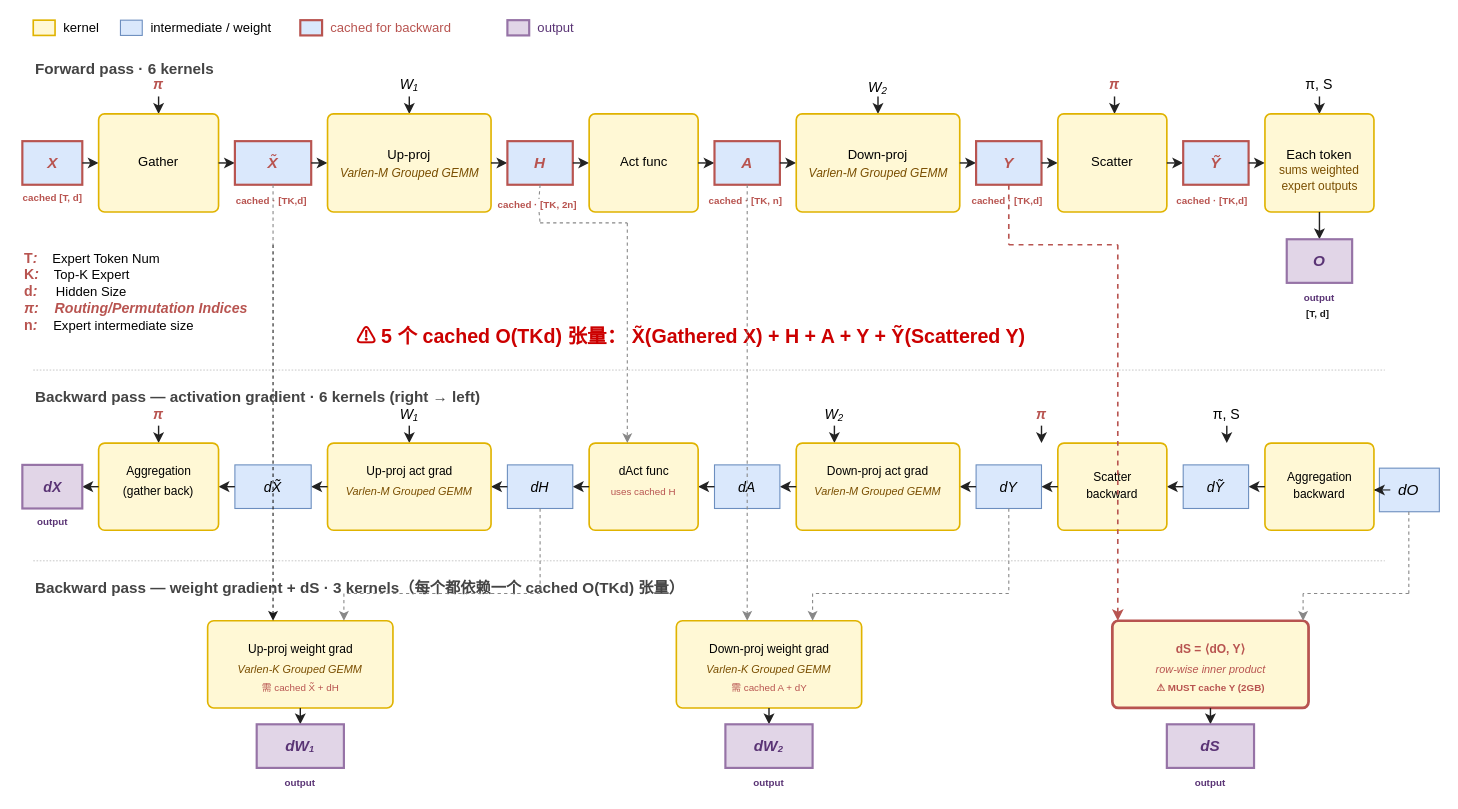
This is static/drawio/2026-04-27-sonicmoe-blackwell-深度解读-fine-grained-moe-kernel-的算法-软件-硬件三层堆叠/figures/F1.drawio from cassiewilliam/blog, a draw.io file, before an edit. Source tidied: cells renumbered, new cells numbered last; positions are measured from the earlier drawing's top-left corner, leaving out a move shared by most shapes. Both pictures are drawn from the tidied source at 109%, with x=0, y=0 at pixel (17, 19).
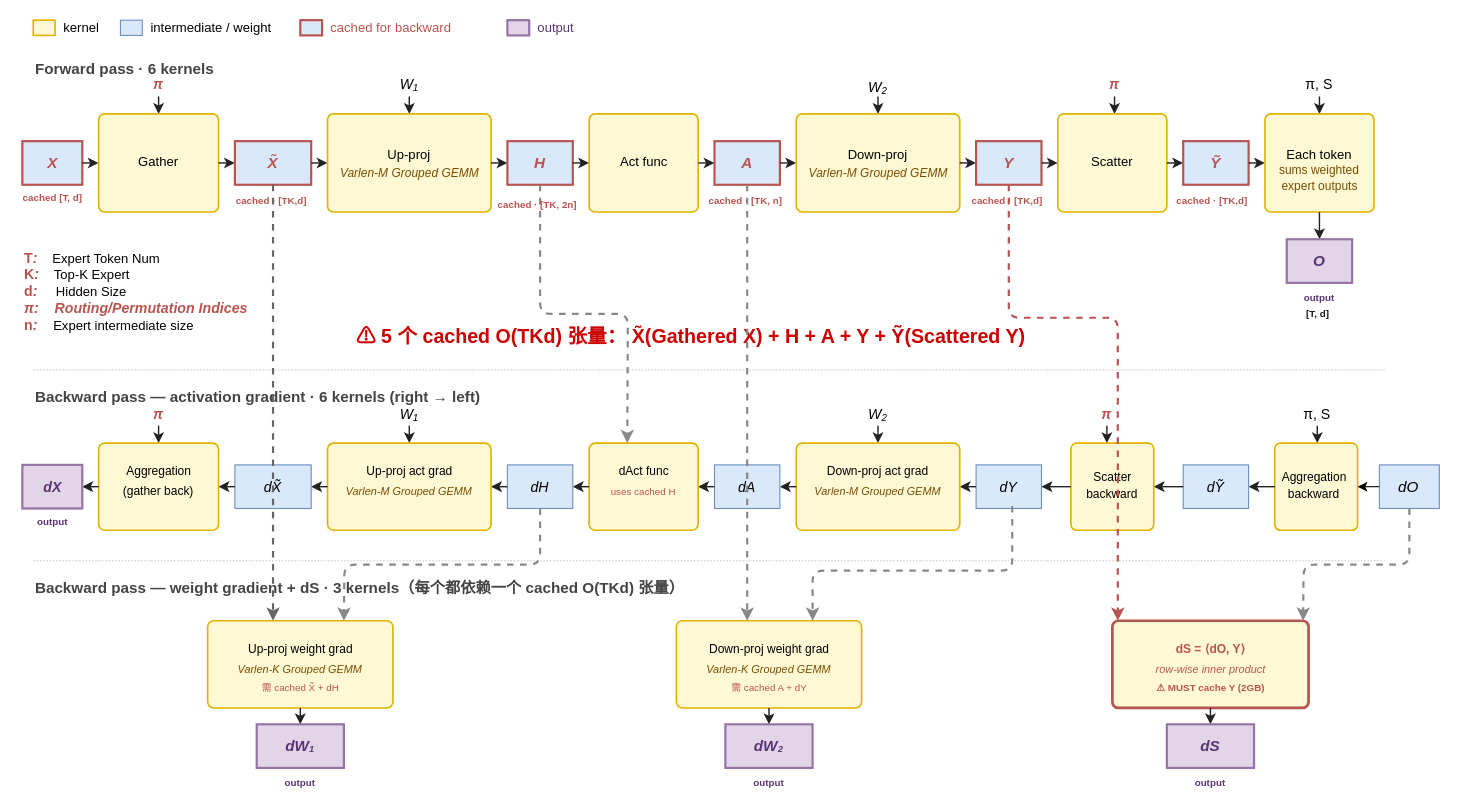
After the change.

Commit message (it also covers changes not shown here):
edit /drawio/2026-04-27-sonicmoe-blackwell-深度解读-fine-grained-moe-kernel-的算法-软件-硬件三层堆叠/figures/F1.drawio via drawio embed

The change refers to these unchanged cells:
```xml
<mxCell id="28" style="rounded=0;fillColor=#dae8fc;strokeColor=#b85450;strokeWidth=2;html=1;" parent="1" vertex="1">
  <mxGeometry x="199" y="112" width="70" height="40" as="geometry" />
</mxCell>
<mxCell id="36" style="rounded=0;fillColor=#dae8fc;strokeColor=#b85450;strokeWidth=2;html=1;" parent="1" vertex="1">
  <mxGeometry x="449" y="112" width="60" height="40" as="geometry" />
</mxCell>
<mxCell id="42" style="rounded=0;fillColor=#dae8fc;strokeColor=#b85450;strokeWidth=2;html=1;" parent="1" vertex="1">
  <mxGeometry x="639" y="112" width="60" height="40" as="geometry" />
</mxCell>
<mxCell id="51" style="rounded=0;fillColor=#dae8fc;strokeColor=#b85450;strokeWidth=2;html=1;" parent="1" vertex="1">
  <mxGeometry x="879" y="112" width="60" height="40" as="geometry" />
</mxCell>
<mxCell id="102" style="rounded=0;fillColor=#dae8fc;strokeColor=#6c8ebf;strokeWidth=1;html=1;" parent="1" vertex="1">
  <mxGeometry x="879" y="409" width="60" height="40" as="geometry" />
</mxCell>
<mxCell id="119" style="rounded=0;fillColor=#dae8fc;strokeColor=#6c8ebf;strokeWidth=1;html=1;" parent="1" vertex="1">
  <mxGeometry x="449" y="409" width="60" height="40" as="geometry" />
</mxCell>
<mxCell id="180" value="cached · [TK, 2n]&amp;nbsp;" style="text;html=1;align=center;verticalAlign=middle;whiteSpace=wrap;fontSize=9;fontColor=#b85450;fontStyle=1;" parent="1" vertex="1">
  <mxGeometry x="424.5" y="165" width="106" height="12" as="geometry" />
</mxCell>
```

Change to the diagram source:
```diff
@@
     <mxCell id="73" value="W₂" style="text;html=1;align=center;verticalAlign=middle;whiteSpace=wrap;fontSize=13;fontColor=#000000;fontStyle=2;" parent="1" vertex="1">
-      <mxGeometry x="729" y="353" width="40" height="18" as="geometry" />
+      <mxGeometry x="769" y="353" width="40" height="18" as="geometry" />
     </mxCell>
     <mxCell id="74" style="endArrow=classic;strokeColor=#222;strokeWidth=1.3;html=1;" parent="1" edge="1">
       <mxGeometry relative="1" as="geometry">
-        <mxPoint x="749" y="373" as="sourcePoint" />
-        <mxPoint x="749" y="389" as="targetPoint" />
+        <mxPoint x="789" y="373" as="sourcePoint" />
+        <mxPoint x="789" y="389" as="targetPoint" />
       </mxGeometry>
     </mxCell>
@@
     <mxCell id="77" value="π, S" style="text;html=1;align=center;verticalAlign=middle;whiteSpace=wrap;fontSize=13;fontColor=#000000;" parent="1" vertex="1">
-      <mxGeometry x="1089" y="353" width="40" height="18" as="geometry" />
+      <mxGeometry x="1172" y="353" width="40" height="18" as="geometry" />
     </mxCell>
     <mxCell id="78" style="endArrow=classic;strokeColor=#222;strokeWidth=1.3;html=1;" parent="1" edge="1">
       <mxGeometry relative="1" as="geometry">
-        <mxPoint x="1109" y="373" as="sourcePoint" />
-        <mxPoint x="1109" y="389" as="targetPoint" />
+        <mxPoint x="1192" y="373" as="sourcePoint" />
+        <mxPoint x="1192" y="389" as="targetPoint" />
       </mxGeometry>
     </mxCell>
     <mxCell id="79" value="π" style="text;html=1;align=center;verticalAlign=middle;whiteSpace=wrap;fontSize=13;fontColor=#b85450;fontStyle=3;" parent="1" vertex="1">
-      <mxGeometry x="919" y="353" width="40" height="18" as="geometry" />
+      <mxGeometry x="979" y="353" width="40" height="18" as="geometry" />
     </mxCell>
     <mxCell id="80" style="endArrow=classic;strokeColor=#222;strokeWidth=1.3;html=1;" parent="1" edge="1">
       <mxGeometry relative="1" as="geometry">
-        <mxPoint x="939" y="373" as="sourcePoint" />
-        <mxPoint x="939" y="389" as="targetPoint" />
+        <mxPoint x="999" y="373" as="sourcePoint" />
+        <mxPoint x="999" y="389" as="targetPoint" />
       </mxGeometry>
     </mxCell>
@@
     <mxCell id="83" style="rounded=0;fillColor=#dae8fc;strokeColor=#6c8ebf;strokeWidth=1;html=1;" parent="1" vertex="1">
-      <mxGeometry x="1249" y="412" width="55" height="40" as="geometry" />
+      <mxGeometry x="1249" y="409" width="55" height="40" as="geometry" />
     </mxCell>
     <mxCell id="84" value="dO" style="text;html=1;align=center;verticalAlign=middle;whiteSpace=wrap;fontSize=14;fontColor=#000000;fontStyle=2;" parent="1" vertex="1">
-      <mxGeometry x="1256" y="422.2" width="40" height="19" as="geometry" />
+      <mxGeometry x="1256" y="419.2" width="40" height="19" as="geometry" />
     </mxCell>
     <mxCell id="85" style="endArrow=none;strokeColor=none;strokeWidth=1;html=1;" parent="1" edge="1">
       <mxGeometry relative="1" as="geometry">
-        <mxPoint x="1249" y="432" as="sourcePoint" />
-        <mxPoint x="1244" y="432" as="targetPoint" />
+        <mxPoint x="1249" y="429" as="sourcePoint" />
+        <mxPoint x="1244" y="429" as="targetPoint" />
       </mxGeometry>
     </mxCell>
-    <mxCell id="86" style="endArrow=none;strokeColor=#222;strokeWidth=1.3;html=1;" parent="1" edge="1">
-      <mxGeometry relative="1" as="geometry">
-        <mxPoint x="1249" y="432" as="sourcePoint" />
-        <mxPoint x="1244" y="432" as="targetPoint" />
-      </mxGeometry>
-    </mxCell>
-    <mxCell id="87" style="endArrow=none;strokeColor=#222;strokeWidth=1;html=1;" parent="1" edge="1">
-      <mxGeometry relative="1" as="geometry">
-        <mxPoint x="1249" y="432" as="sourcePoint" />
-        <mxPoint x="1244" y="432" as="targetPoint" />
-      </mxGeometry>
-    </mxCell>
-    <mxCell id="88" style="endArrow=none;strokeColor=#222;strokeWidth=1;html=1;" parent="1" edge="1">
-      <mxGeometry relative="1" as="geometry">
-        <mxPoint x="1244" y="432" as="sourcePoint" />
-        <mxPoint x="1259" y="432" as="targetPoint" />
-      </mxGeometry>
-    </mxCell>
     <mxCell id="89" style="endArrow=none;strokeColor=#000000;strokeWidth=1;html=1;" parent="1" edge="1">
       <mxGeometry relative="1" as="geometry">
-        <mxPoint x="1244" y="432" as="sourcePoint" />
-        <mxPoint x="1244" y="432" as="targetPoint" />
+        <mxPoint x="1239" y="429" as="sourcePoint" />
+        <mxPoint x="1239" y="429" as="targetPoint" />
       </mxGeometry>
     </mxCell>
-    <mxCell id="90" style="endArrow=classic;strokeColor=#222;strokeWidth=1.3;html=1;" parent="1" edge="1">
-      <mxGeometry relative="1" as="geometry">
-        <mxPoint x="1249" y="432" as="sourcePoint" />
-        <mxPoint x="1244" y="432" as="targetPoint" />
-      </mxGeometry>
-    </mxCell>
     <mxCell id="91" style="rounded=1;arcSize=7;fillColor=#fff8d5;strokeColor=#e0b300;strokeWidth=1.5;html=1;" parent="1" vertex="1">
-      <mxGeometry x="1144" y="389" width="100" height="80" as="geometry" />
+      <mxGeometry x="1153" y="389" width="76" height="80" as="geometry" />
     </mxCell>
     <mxCell id="92" value="Aggregation" style="text;html=1;align=center;verticalAlign=middle;whiteSpace=wrap;fontSize=11;fontColor=#000000;" parent="1" vertex="1">
-      <mxGeometry x="1156.5" y="412.3" width="75" height="15" as="geometry" />
+      <mxGeometry x="1151.5" y="412.3" width="75" height="15" as="geometry" />
     </mxCell>
     <mxCell id="93" value="backward" style="text;html=1;align=center;verticalAlign=middle;whiteSpace=wrap;fontSize=11;fontColor=#000000;" parent="1" vertex="1">
-      <mxGeometry x="1167" y="428.3" width="54" height="15" as="geometry" />
+      <mxGeometry x="1162" y="428.3" width="54" height="15" as="geometry" />
     </mxCell>
-    <mxCell id="94" style="endArrow=classic;strokeColor=#222;strokeWidth=1.3;html=1;" parent="1" edge="1">
+    <mxCell id="94" style="endArrow=classic;strokeColor=#222;strokeWidth=1.3;html=1;exitX=0;exitY=0.5;exitDx=0;exitDy=0;" parent="1" edge="1" source="91">
       <mxGeometry relative="1" as="geometry">
-        <mxPoint x="1144" y="429" as="sourcePoint" />
         <mxPoint x="1129" y="429" as="targetPoint" />
       </mxGeometry>
     </mxCell>
@@
-    <mxCell id="97" style="endArrow=classic;strokeColor=#222;strokeWidth=1.3;html=1;" parent="1" edge="1">
+    <mxCell id="97" style="endArrow=classic;strokeColor=#222;strokeWidth=1.3;html=1;entryX=1;entryY=0.5;entryDx=0;entryDy=0;" parent="1" edge="1" target="98">
       <mxGeometry relative="1" as="geometry">
         <mxPoint x="1069" y="429" as="sourcePoint" />
-        <mxPoint x="1054" y="429" as="targetPoint" />
       </mxGeometry>
     </mxCell>
     <mxCell id="98" style="rounded=1;arcSize=7;fillColor=#fff8d5;strokeColor=#e0b300;strokeWidth=1.5;html=1;" parent="1" vertex="1">
-      <mxGeometry x="954" y="389" width="100" height="80" as="geometry" />
+      <mxGeometry x="966" y="389" width="76" height="80" as="geometry" />
     </mxCell>
@@
-    <mxCell id="101" style="endArrow=classic;strokeColor=#222;strokeWidth=1.3;html=1;" parent="1" edge="1">
+    <mxCell id="101" style="endArrow=classic;strokeColor=#222;strokeWidth=1.3;html=1;" parent="1" edge="1" source="98">
       <mxGeometry relative="1" as="geometry">
-        <mxPoint x="954" y="429" as="sourcePoint" />
         <mxPoint x="939" y="429" as="targetPoint" />
       </mxGeometry>
     </mxCell>
@@
-    <mxCell id="116" style="endArrow=none;strokeColor=#888;strokeWidth=1;dashed=1;html=1;" parent="1" edge="1" source="180">
-      <mxGeometry relative="1" as="geometry">
-        <mxPoint x="479" y="187" as="targetPoint" />
-      </mxGeometry>
-    </mxCell>
-    <mxCell id="117" style="endArrow=none;strokeColor=#888;strokeWidth=1;dashed=1;html=1;" parent="1" edge="1">
-      <mxGeometry relative="1" as="geometry">
-        <mxPoint x="479" y="187" as="sourcePoint" />
-        <mxPoint x="559" y="187" as="targetPoint" />
-      </mxGeometry>
-    </mxCell>
-    <mxCell id="118" style="endArrow=classic;strokeColor=#888;strokeWidth=1;dashed=1;html=1;" parent="1" edge="1">
+    <mxCell id="118" style="endArrow=classic;strokeColor=#888;strokeWidth=2;dashed=1;html=1;exitX=0.5;exitY=1;exitDx=0;exitDy=0;edgeStyle=orthogonalEdgeStyle;" parent="1" edge="1" source="36">
       <mxGeometry relative="1" as="geometry">
-        <mxPoint x="559" y="187" as="sourcePoint" />
         <mxPoint x="559" y="389" as="targetPoint" />
       </mxGeometry>
     </mxCell>
@@
-    <mxCell id="143" style="endArrow=none;strokeColor=#888;strokeWidth=1;dashed=1;html=1;" parent="1" edge="1">
-      <mxGeometry relative="1" as="geometry">
-        <mxPoint x="479" y="449" as="sourcePoint" />
-        <mxPoint x="479" y="527" as="targetPoint" />
-      </mxGeometry>
-    </mxCell>
-    <mxCell id="144" style="endArrow=none;strokeColor=#888;strokeWidth=1;dashed=1;html=1;" parent="1" edge="1">
-      <mxGeometry relative="1" as="geometry">
-        <mxPoint x="479" y="527" as="sourcePoint" />
-        <mxPoint x="299" y="527" as="targetPoint" />
-      </mxGeometry>
-    </mxCell>
-    <mxCell id="145" style="endArrow=classic;strokeColor=#888;strokeWidth=1;dashed=1;html=1;" parent="1" edge="1">
+    <mxCell id="145" style="endArrow=classic;strokeColor=#888;strokeWidth=2;dashed=1;html=1;exitX=0.5;exitY=1;exitDx=0;exitDy=0;edgeStyle=orthogonalEdgeStyle;" parent="1" edge="1" source="119">
       <mxGeometry relative="1" as="geometry">
-        <mxPoint x="299" y="527" as="sourcePoint" />
         <mxPoint x="299" y="552" as="targetPoint" />
       </mxGeometry>
     </mxCell>
-    <mxCell id="146" style="endArrow=none;strokeColor=#888;strokeWidth=1;dashed=1;html=1;" parent="1" edge="1">
-      <mxGeometry relative="1" as="geometry">
-        <mxPoint x="234" y="152" as="sourcePoint" />
-        <mxPoint x="234" y="207" as="targetPoint" />
-      </mxGeometry>
-    </mxCell>
-    <mxCell id="147" style="endArrow=classic;strokeColor=#1A1A1A;strokeWidth=1;dashed=1;html=1;" parent="1" edge="1">
+    <mxCell id="147" style="endArrow=classic;strokeColor=#666666;strokeWidth=2;dashed=1;html=1;exitX=0.5;exitY=1;exitDx=0;exitDy=0;" parent="1" edge="1" source="28">
       <mxGeometry relative="1" as="geometry">
-        <mxPoint x="234" y="207" as="sourcePoint" />
         <mxPoint x="234" y="552" as="targetPoint" />
       </mxGeometry>
     </mxCell>
@@
-    <mxCell id="156" style="endArrow=none;strokeColor=#888;strokeWidth=1;dashed=1;html=1;" parent="1" edge="1">
-      <mxGeometry relative="1" as="geometry">
-        <mxPoint x="909" y="449" as="sourcePoint" />
-        <mxPoint x="909" y="527" as="targetPoint" />
-      </mxGeometry>
-    </mxCell>
-    <mxCell id="157" style="endArrow=none;strokeColor=#888;strokeWidth=1;dashed=1;html=1;" parent="1" edge="1">
-      <mxGeometry relative="1" as="geometry">
-        <mxPoint x="909" y="527" as="sourcePoint" />
-        <mxPoint x="729" y="527" as="targetPoint" />
-      </mxGeometry>
-    </mxCell>
-    <mxCell id="158" style="endArrow=classic;strokeColor=#888;strokeWidth=1;dashed=1;html=1;" parent="1" edge="1">
+    <mxCell id="158" style="endArrow=classic;strokeColor=#888;strokeWidth=2;dashed=1;html=1;exitX=0.553;exitY=0.941;exitDx=0;exitDy=0;exitPerimeter=0;edgeStyle=orthogonalEdgeStyle;" parent="1" edge="1" source="102">
       <mxGeometry relative="1" as="geometry">
-        <mxPoint x="729" y="527" as="sourcePoint" />
         <mxPoint x="729" y="552" as="targetPoint" />
+        <Array as="points">
+          <mxPoint x="912" y="506" />
+          <mxPoint x="729" y="506" />
+        </Array>
       </mxGeometry>
     </mxCell>
-    <mxCell id="159" style="endArrow=none;strokeColor=#888;strokeWidth=1;dashed=1;html=1;" parent="1" edge="1">
-      <mxGeometry relative="1" as="geometry">
-        <mxPoint x="669" y="152" as="sourcePoint" />
-        <mxPoint x="669" y="207" as="targetPoint" />
-      </mxGeometry>
-    </mxCell>
-    <mxCell id="160" style="endArrow=classic;strokeColor=#888;strokeWidth=1;dashed=1;html=1;" parent="1" edge="1">
+    <mxCell id="160" style="endArrow=classic;strokeColor=#888;strokeWidth=2;dashed=1;html=1;edgeStyle=orthogonalEdgeStyle;exitX=0.5;exitY=1;exitDx=0;exitDy=0;" parent="1" edge="1" source="42">
       <mxGeometry relative="1" as="geometry">
-        <mxPoint x="669" y="207" as="sourcePoint" />
         <mxPoint x="669" y="552" as="targetPoint" />
       </mxGeometry>
     </mxCell>
@@
-    <mxCell id="169" style="endArrow=none;strokeColor=#b85450;strokeWidth=1.5;dashed=1;html=1;" parent="1" edge="1">
-      <mxGeometry relative="1" as="geometry">
-        <mxPoint x="909" y="152" as="sourcePoint" />
-        <mxPoint x="909" y="207" as="targetPoint" />
-      </mxGeometry>
-    </mxCell>
-    <mxCell id="170" style="endArrow=none;strokeColor=#b85450;strokeWidth=1.5;dashed=1;html=1;" parent="1" edge="1">
-      <mxGeometry relative="1" as="geometry">
-        <mxPoint x="909" y="207" as="sourcePoint" />
-        <mxPoint x="1009" y="207" as="targetPoint" />
-      </mxGeometry>
-    </mxCell>
-    <mxCell id="171" style="endArrow=classic;strokeColor=#b85450;strokeWidth=1.5;dashed=1;html=1;" parent="1" edge="1">
+    <mxCell id="171" style="endArrow=classic;strokeColor=#b85450;strokeWidth=2;dashed=1;html=1;exitX=0.5;exitY=1;exitDx=0;exitDy=0;edgeStyle=orthogonalEdgeStyle;" parent="1" edge="1" source="51">
       <mxGeometry relative="1" as="geometry">
-        <mxPoint x="1009" y="207" as="sourcePoint" />
         <mxPoint x="1009" y="552" as="targetPoint" />
+        <Array as="points">
+          <mxPoint x="909" y="274" />
+          <mxPoint x="1009" y="274" />
+        </Array>
       </mxGeometry>
     </mxCell>
-    <mxCell id="172" style="endArrow=none;strokeColor=#888;strokeWidth=1;dashed=1;html=1;" parent="1" edge="1">
-      <mxGeometry relative="1" as="geometry">
-        <mxPoint x="1276" y="452" as="sourcePoint" />
-        <mxPoint x="1276" y="527" as="targetPoint" />
-      </mxGeometry>
-    </mxCell>
-    <mxCell id="173" style="endArrow=none;strokeColor=#888;strokeWidth=1;dashed=1;html=1;" parent="1" edge="1">
-      <mxGeometry relative="1" as="geometry">
-        <mxPoint x="1276" y="527" as="sourcePoint" />
-        <mxPoint x="1179" y="527" as="targetPoint" />
-      </mxGeometry>
-    </mxCell>
-    <mxCell id="174" style="endArrow=classic;strokeColor=#888;strokeWidth=1;dashed=1;html=1;" parent="1" edge="1">
+    <mxCell id="174" style="endArrow=classic;strokeColor=#888;strokeWidth=2;dashed=1;html=1;exitX=0.5;exitY=1;exitDx=0;exitDy=0;edgeStyle=orthogonalEdgeStyle;" parent="1" edge="1" source="83">
       <mxGeometry relative="1" as="geometry">
-        <mxPoint x="1179" y="527" as="sourcePoint" />
         <mxPoint x="1179" y="552" as="targetPoint" />
       </mxGeometry>
     </mxCell>
@@
-    <mxCell id="179" style="endArrow=none;strokeColor=#888;strokeWidth=1;dashed=1;html=1;" parent="1" edge="1" target="180">
-      <mxGeometry relative="1" as="geometry">
-        <mxPoint x="479" y="152" as="sourcePoint" />
-      </mxGeometry>
-    </mxCell>
@@
+    <mxCell id="182" style="edgeStyle=orthogonalEdgeStyle;rounded=0;jettySize=auto;html=1;entryX=1.003;entryY=0.539;entryDx=0;entryDy=0;entryPerimeter=0;" parent="1" edge="1" source="83">
+      <mxGeometry relative="1" as="geometry">
+        <mxPoint x="1229.2" y="429.1" as="targetPoint" />
+      </mxGeometry>
+    </mxCell>
```
